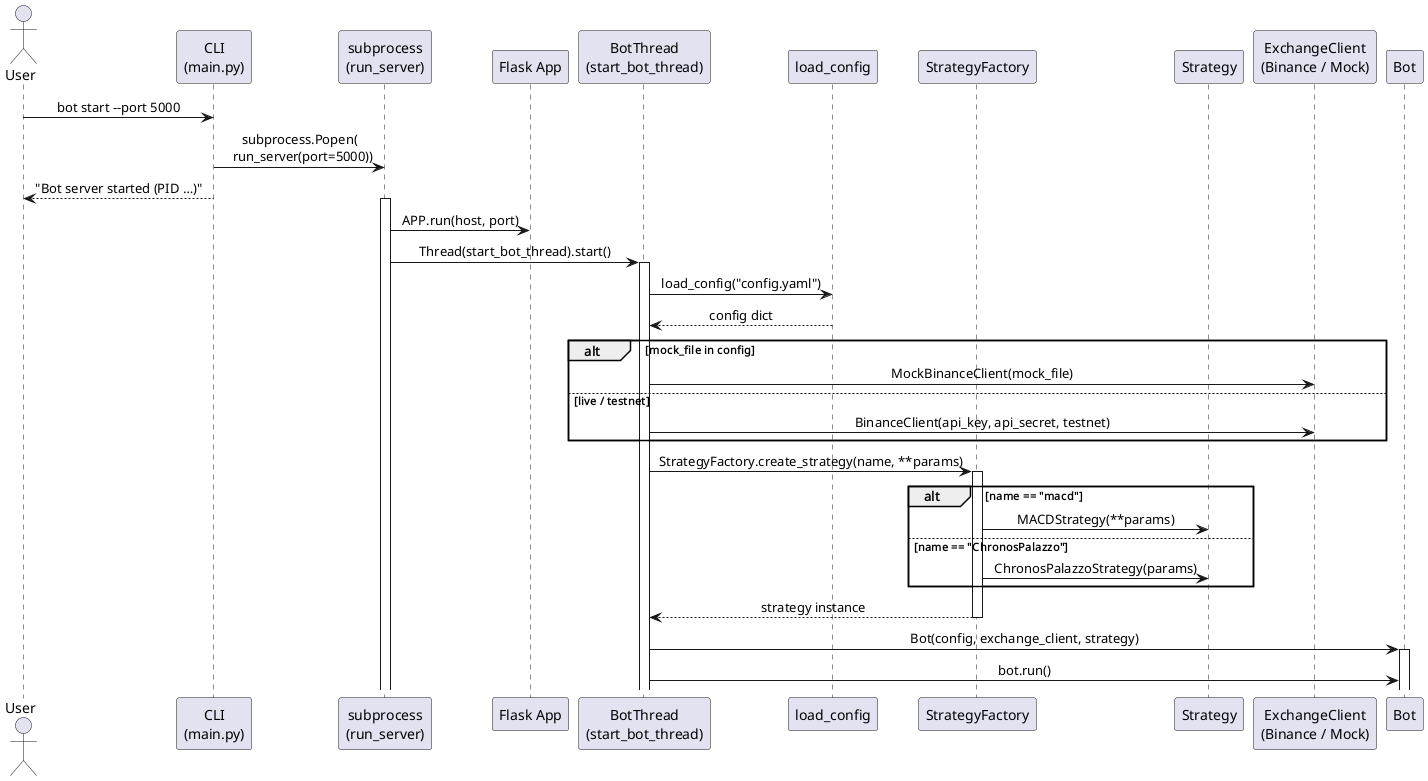
This is Figures/seq_1_startup.png from LeoCenturion/Plantilla-para-memoria, a PlantUML export, as it was before one commit.
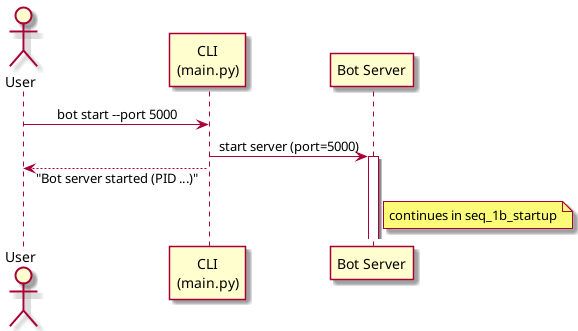
After the commit.

The edit, as a diff of the source:
```diff
@@ -4,45 +4,12 @@
 
 actor User
 participant "CLI\n(main.py)" as CLI
-participant "subprocess\n(run_server)" as Server
-participant "Flask App" as Flask
-participant "BotThread\n(start_bot_thread)" as BotThread
-participant "load_config" as Config
-participant "StrategyFactory" as Factory
-participant "Strategy" as Strategy
-participant "ExchangeClient\n(Binance / Mock)" as Exchange
-participant "Bot" as Bot
+participant "Bot Server" as Server
 
 User -> CLI : bot start --port 5000
-CLI -> Server : subprocess.Popen(\n  run_server(port=5000))
+CLI -> Server : start server (port=5000)
+activate Server
 CLI --> User : "Bot server started (PID …)"
-
-activate Server
-Server -> Flask : APP.run(host, port)
-Server -> BotThread : Thread(start_bot_thread).start()
-activate BotThread
-
-BotThread -> Config : load_config("config.yaml")
-Config --> BotThread : config dict
-
-alt mock_file in config
-    BotThread -> Exchange : MockBinanceClient(mock_file)
-else live / testnet
-    BotThread -> Exchange : BinanceClient(api_key, api_secret, testnet)
-end
-
-BotThread -> Factory : StrategyFactory.create_strategy(name, **params)
-activate Factory
-alt name == "macd"
-    Factory -> Strategy : MACDStrategy(**params)
-else name == "ChronosPalazzo"
-    Factory -> Strategy : ChronosPalazzoStrategy(params)
-end
-Factory --> BotThread : strategy instance
-deactivate Factory
-
-BotThread -> Bot : Bot(config, exchange_client, strategy)
-activate Bot
-BotThread -> Bot : bot.run()
+note right of Server : continues in seq_1b_startup
 
 @enduml
```
